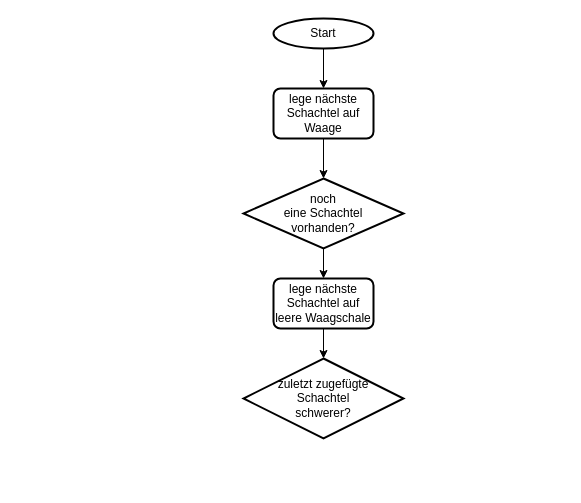
This is Waageproblem.drawio from JoernWVSG/diagram, a draw.io file, before an edit. Source tidied: cells renumbered, new cells numbered last; positions are measured from the earlier drawing's top-left corner, leaving out a move shared by most shapes. Both pictures are drawn from the tidied source at 100%, with x=0, y=0 at pixel (243, 18).
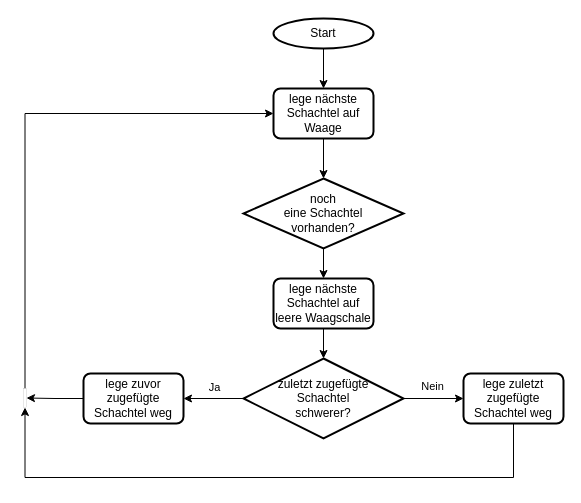
The same page after the edit.

The change refers to these unchanged cells:
```xml
<mxCell id="5" value="lege nächste Schachtel auf Waage" style="rounded=1;whiteSpace=wrap;html=1;absoluteArcSize=1;arcSize=14;strokeWidth=2;fontColor=#000000;" parent="1" vertex="1">
  <mxGeometry x="30" y="70" width="100" height="50" as="geometry" />
</mxCell>
<mxCell id="10" value="zuletzt zugefügte&lt;br&gt;Schachtel&lt;br&gt;schwerer?" style="strokeWidth=2;html=1;shape=mxgraph.flowchart.decision;whiteSpace=wrap;fontColor=#000000;" parent="1" vertex="1">
  <mxGeometry y="340" width="160" height="80" as="geometry" />
</mxCell>
```

Diff of the diagram source:
```diff
@@
+    <mxCell id="11" style="edgeStyle=orthogonalEdgeStyle;rounded=0;jettySize=auto;html=1;exitX=0;exitY=0.5;exitDx=0;exitDy=0;exitPerimeter=0;entryX=1;entryY=0.5;entryDx=0;entryDy=0;fontColor=#000000;" parent="1" edge="1" source="10" target="15">
+      <mxGeometry relative="1" as="geometry" />
+    </mxCell>
+    <mxCell id="12" value="Ja" style="edgeLabel;html=1;align=center;verticalAlign=middle;fontColor=#000000;" parent="11" vertex="1">
+      <mxGeometry x="0.13" y="1" relative="1" as="geometry">
+        <mxPoint x="4" y="-13" as="offset" />
+      </mxGeometry>
+    </mxCell>
+    <mxCell id="13" value="Nein" style="edgeStyle=orthogonalEdgeStyle;rounded=0;jettySize=auto;html=1;exitX=1;exitY=0.5;exitDx=0;exitDy=0;exitPerimeter=0;entryX=0;entryY=0.5;entryDx=0;entryDy=0;fontColor=#000000;" parent="1" edge="1" source="10" target="17">
+      <mxGeometry x="-0.03" y="12" relative="1" as="geometry" />
+    </mxCell>
@@
+    <mxCell id="14" style="edgeStyle=orthogonalEdgeStyle;rounded=0;jettySize=auto;html=1;exitX=0;exitY=0.5;exitDx=0;exitDy=0;entryX=1;entryY=0.5;entryDx=0;entryDy=0;fontColor=#000000;" parent="1" edge="1" source="15" target="19">
+      <mxGeometry relative="1" as="geometry" />
+    </mxCell>
+    <mxCell id="15" value="lege zuvor zugefügte Schachtel weg" style="rounded=1;whiteSpace=wrap;html=1;absoluteArcSize=1;arcSize=14;strokeWidth=2;fontColor=#000000;" parent="1" vertex="1">
+      <mxGeometry x="-160" y="355" width="100" height="50" as="geometry" />
+    </mxCell>
+    <mxCell id="16" style="edgeStyle=orthogonalEdgeStyle;rounded=0;jettySize=auto;html=1;exitX=0.5;exitY=1;exitDx=0;exitDy=0;entryX=0.5;entryY=1;entryDx=0;entryDy=0;fontColor=#000000;" parent="1" edge="1" source="17" target="19">
+      <mxGeometry relative="1" as="geometry">
+        <Array as="points">
+          <mxPoint x="270" y="459" />
+          <mxPoint x="-218" y="459" />
+        </Array>
+      </mxGeometry>
+    </mxCell>
+    <mxCell id="17" value="lege zuletzt zugefügte Schachtel weg" style="rounded=1;whiteSpace=wrap;html=1;absoluteArcSize=1;arcSize=14;strokeWidth=2;fontColor=#000000;" parent="1" vertex="1">
+      <mxGeometry x="220" y="355" width="100" height="50" as="geometry" />
+    </mxCell>
+    <mxCell id="18" style="edgeStyle=orthogonalEdgeStyle;rounded=0;jettySize=auto;html=1;exitX=0.5;exitY=0;exitDx=0;exitDy=0;entryX=0;entryY=0.5;entryDx=0;entryDy=0;fontColor=#000000;" parent="1" edge="1" source="19" target="5">
+      <mxGeometry relative="1" as="geometry" />
+    </mxCell>
+    <mxCell id="19" style="rounded=0;whiteSpace=wrap;html=1;absoluteArcSize=1;arcSize=0;strokeWidth=0;" parent="1" vertex="1">
+      <mxGeometry x="-220" y="370" width="3" height="19" as="geometry" />
+    </mxCell>
```
